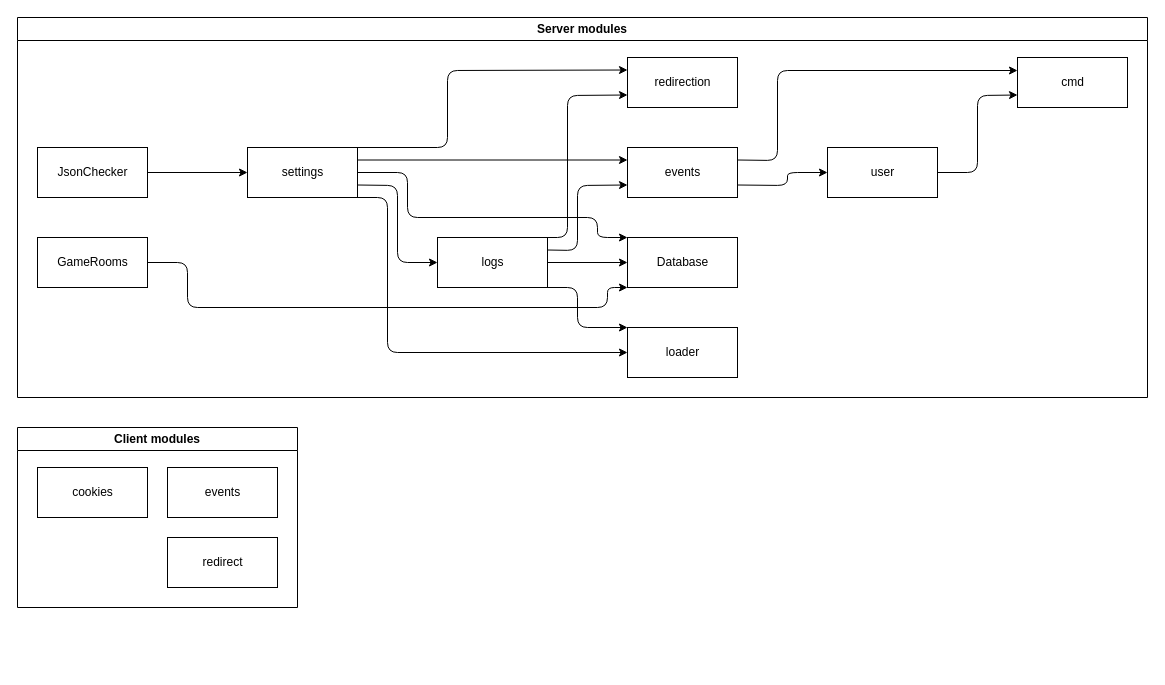
The draw.io diagram useful_docs/modules.drawio in T0ine34/ortelo, before the edit. Source tidied: cells renumbered, new cells numbered last; positions are measured from the earlier drawing's top-left corner, leaving out a move shared by most shapes. Both pictures are drawn from the tidied source at 100%, with x=0, y=0 at pixel (17, 17).
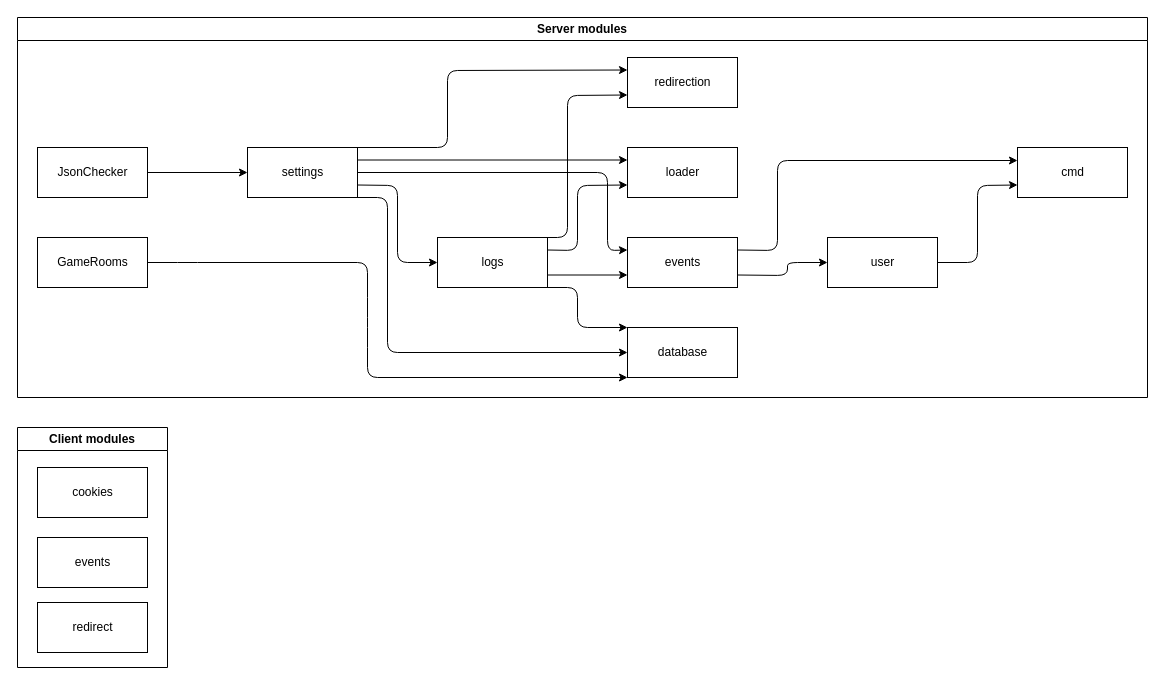
The same diagram, later.

Commit message (it also covers changes not shown here):
adding gameRooms tests + refactoring modules diagram

The change refers to these unchanged cells:
```xml
<mxCell id="2" value="Server modules" style="swimlane;whiteSpace=wrap;html=1;" parent="1" vertex="1">
  <mxGeometry width="1130" height="380" as="geometry" />
</mxCell>
<mxCell id="14" value="settings" style="html=1;" parent="2" vertex="1">
  <mxGeometry x="230" y="130" width="110" height="50" as="geometry" />
</mxCell>
<mxCell id="20" value="logs" style="html=1;" parent="2" vertex="1">
  <mxGeometry x="420" y="220" width="110" height="50" as="geometry" />
</mxCell>
<mxCell id="22" value="GameRooms" style="html=1;" parent="2" vertex="1">
  <mxGeometry x="20" y="220" width="110" height="50" as="geometry" />
</mxCell>
<mxCell id="26" value="redirection" style="html=1;" parent="2" vertex="1">
  <mxGeometry x="610" y="40" width="110" height="50" as="geometry" />
</mxCell>
```

The edit, as a diff of the source:
```diff
@@
     <mxCell id="3" value="cmd" style="html=1;" parent="2" vertex="1">
-      <mxGeometry x="1000" y="40" width="110" height="50" as="geometry" />
+      <mxGeometry x="1000" y="130" width="110" height="50" as="geometry" />
     </mxCell>
     <mxCell id="4" style="edgeStyle=none;html=1;exitX=1;exitY=0.25;exitDx=0;exitDy=0;" parent="2" edge="1" source="6">
       <mxGeometry relative="1" as="geometry">
-        <mxPoint x="1000" y="53" as="targetPoint" />
+        <mxPoint x="1000" y="143" as="targetPoint" />
         <Array as="points">
+          <mxPoint x="760" y="233" />
           <mxPoint x="760" y="143" />
-          <mxPoint x="760" y="53" />
         </Array>
       </mxGeometry>
     </mxCell>
     <mxCell id="5" style="edgeStyle=none;html=1;exitX=1;exitY=0.75;exitDx=0;exitDy=0;entryX=0;entryY=0.5;entryDx=0;entryDy=0;" parent="2" edge="1" source="6" target="8">
       <mxGeometry relative="1" as="geometry">
         <Array as="points">
-          <mxPoint x="770" y="168" />
-          <mxPoint x="770" y="155" />
+          <mxPoint x="770" y="258" />
+          <mxPoint x="770" y="245" />
         </Array>
       </mxGeometry>
     </mxCell>
     <mxCell id="6" value="events" style="html=1;" parent="2" vertex="1">
-      <mxGeometry x="610" y="130" width="110" height="50" as="geometry" />
+      <mxGeometry x="610" y="220" width="110" height="50" as="geometry" />
     </mxCell>
     <mxCell id="7" style="edgeStyle=none;html=1;entryX=0;entryY=0.75;entryDx=0;entryDy=0;" parent="2" edge="1" source="8">
       <mxGeometry relative="1" as="geometry">
-        <mxPoint x="1000" y="77.5" as="targetPoint" />
+        <mxPoint x="1000" y="167.5" as="targetPoint" />
         <Array as="points">
-          <mxPoint x="960" y="155" />
-          <mxPoint x="960" y="78" />
+          <mxPoint x="960" y="245" />
+          <mxPoint x="960" y="168" />
         </Array>
       </mxGeometry>
     </mxCell>
     <mxCell id="8" value="user" style="html=1;" parent="2" vertex="1">
-      <mxGeometry x="810" y="130" width="110" height="50" as="geometry" />
+      <mxGeometry x="810" y="220" width="110" height="50" as="geometry" />
     </mxCell>
-    <mxCell id="9" style="edgeStyle=none;html=1;exitX=1;exitY=0.5;exitDx=0;exitDy=0;entryX=0;entryY=0;entryDx=0;entryDy=0;" parent="2" edge="1" source="14" target="15">
-      <mxGeometry relative="1" as="geometry">
-        <Array as="points">
-          <mxPoint x="390" y="155" />
-          <mxPoint x="390" y="200" />
-          <mxPoint x="580" y="200" />
-          <mxPoint x="580" y="220" />
-        </Array>
-      </mxGeometry>
-    </mxCell>
@@
+    <mxCell id="13" style="edgeStyle=none;html=1;exitX=1;exitY=0;exitDx=0;exitDy=0;entryX=0;entryY=0.25;entryDx=0;entryDy=0;" parent="2" edge="1" source="14" target="26">
+      <mxGeometry relative="1" as="geometry">
+        <Array as="points">
+          <mxPoint x="430" y="130" />
+          <mxPoint x="430" y="53" />
+        </Array>
+      </mxGeometry>
+    </mxCell>
+    <mxCell id="9" style="edgeStyle=none;html=1;exitX=1;exitY=0.25;exitDx=0;exitDy=0;entryX=0;entryY=0.25;entryDx=0;entryDy=0;" parent="2" edge="1" source="14" target="15">
+      <mxGeometry relative="1" as="geometry" />
+    </mxCell>
-    <mxCell id="12" style="edgeStyle=none;html=1;exitX=1;exitY=0.25;exitDx=0;exitDy=0;entryX=0;entryY=0.25;entryDx=0;entryDy=0;" parent="2" edge="1" source="14" target="6">
-      <mxGeometry relative="1" as="geometry" />
+    <mxCell id="12" style="edgeStyle=none;html=1;exitX=1;exitY=0.5;exitDx=0;exitDy=0;entryX=0;entryY=0.25;entryDx=0;entryDy=0;" parent="2" edge="1" source="14" target="6">
+      <mxGeometry relative="1" as="geometry">
+        <Array as="points">
+          <mxPoint x="590" y="155" />
+          <mxPoint x="590" y="233" />
+        </Array>
+      </mxGeometry>
     </mxCell>
-    <mxCell id="13" style="edgeStyle=none;html=1;exitX=1;exitY=0;exitDx=0;exitDy=0;entryX=0;entryY=0.25;entryDx=0;entryDy=0;" parent="2" edge="1" source="14" target="26">
-      <mxGeometry relative="1" as="geometry">
-        <Array as="points">
-          <mxPoint x="430" y="130" />
-          <mxPoint x="430" y="53" />
-        </Array>
-      </mxGeometry>
-    </mxCell>
@@
-    <mxCell id="15" value="Database" style="html=1;" parent="2" vertex="1">
-      <mxGeometry x="610" y="220" width="110" height="50" as="geometry" />
+    <mxCell id="15" value="loader" style="html=1;" parent="2" vertex="1">
+      <mxGeometry x="610" y="130" width="110" height="50" as="geometry" />
     </mxCell>
-    <mxCell id="16" style="edgeStyle=none;html=1;entryX=0;entryY=0.5;entryDx=0;entryDy=0;" parent="2" edge="1" source="20" target="15">
-      <mxGeometry relative="1" as="geometry" />
-    </mxCell>
-    <mxCell id="17" style="edgeStyle=none;html=1;exitX=1;exitY=0.25;exitDx=0;exitDy=0;entryX=0;entryY=0.75;entryDx=0;entryDy=0;" parent="2" edge="1" source="20" target="6">
-      <mxGeometry relative="1" as="geometry">
-        <Array as="points">
-          <mxPoint x="560" y="233" />
-          <mxPoint x="560" y="168" />
-        </Array>
-      </mxGeometry>
-    </mxCell>
@@
+    <mxCell id="17" style="edgeStyle=none;html=1;exitX=1;exitY=0.75;exitDx=0;exitDy=0;entryX=0;entryY=0.75;entryDx=0;entryDy=0;" parent="2" edge="1" source="20" target="6">
+      <mxGeometry relative="1" as="geometry" />
+    </mxCell>
+    <mxCell id="16" style="edgeStyle=none;html=1;exitX=1;exitY=0.25;exitDx=0;exitDy=0;entryX=0;entryY=0.75;entryDx=0;entryDy=0;" parent="2" edge="1" source="20" target="15">
+      <mxGeometry relative="1" as="geometry">
+        <Array as="points">
+          <mxPoint x="560" y="233" />
+          <mxPoint x="560" y="168" />
+        </Array>
+      </mxGeometry>
+    </mxCell>
@@
-    <mxCell id="21" style="edgeStyle=none;html=1;entryX=0;entryY=1;entryDx=0;entryDy=0;" parent="2" edge="1" source="22" target="15">
+    <mxCell id="21" style="edgeStyle=none;html=1;entryX=0;entryY=1;entryDx=0;entryDy=0;" parent="2" edge="1" source="22" target="25">
       <mxGeometry relative="1" as="geometry">
         <Array as="points">
           <mxPoint x="170" y="245" />
-          <mxPoint x="170" y="290" />
-          <mxPoint x="590" y="290" />
-          <mxPoint x="590" y="270" />
+          <mxPoint x="350" y="245" />
+          <mxPoint x="350" y="290" />
+          <mxPoint x="350" y="320" />
+          <mxPoint x="350" y="360" />
         </Array>
       </mxGeometry>
     </mxCell>
@@
-    <mxCell id="25" value="loader" style="html=1;" parent="2" vertex="1">
+    <mxCell id="25" value="database" style="html=1;" parent="2" vertex="1">
       <mxGeometry x="610" y="310" width="110" height="50" as="geometry" />
     </mxCell>
@@
     <mxCell id="27" value="Client modules" style="swimlane;whiteSpace=wrap;html=1;" parent="1" vertex="1">
-      <mxGeometry y="410" width="280" height="180" as="geometry" />
+      <mxGeometry y="410" width="150" height="240" as="geometry" />
     </mxCell>
@@
     <mxCell id="29" value="events" style="html=1;" parent="27" vertex="1">
-      <mxGeometry x="150" y="40" width="110" height="50" as="geometry" />
+      <mxGeometry x="20" y="110" width="110" height="50" as="geometry" />
     </mxCell>
-    <mxCell id="30" value="redirect" style="html=1;" parent="27" vertex="1">
-      <mxGeometry x="150" y="110" width="110" height="50" as="geometry" />
+    <mxCell id="30" value="redirect" style="html=1;" parent="1" vertex="1">
+      <mxGeometry x="20" y="585" width="110" height="50" as="geometry" />
     </mxCell>
```
